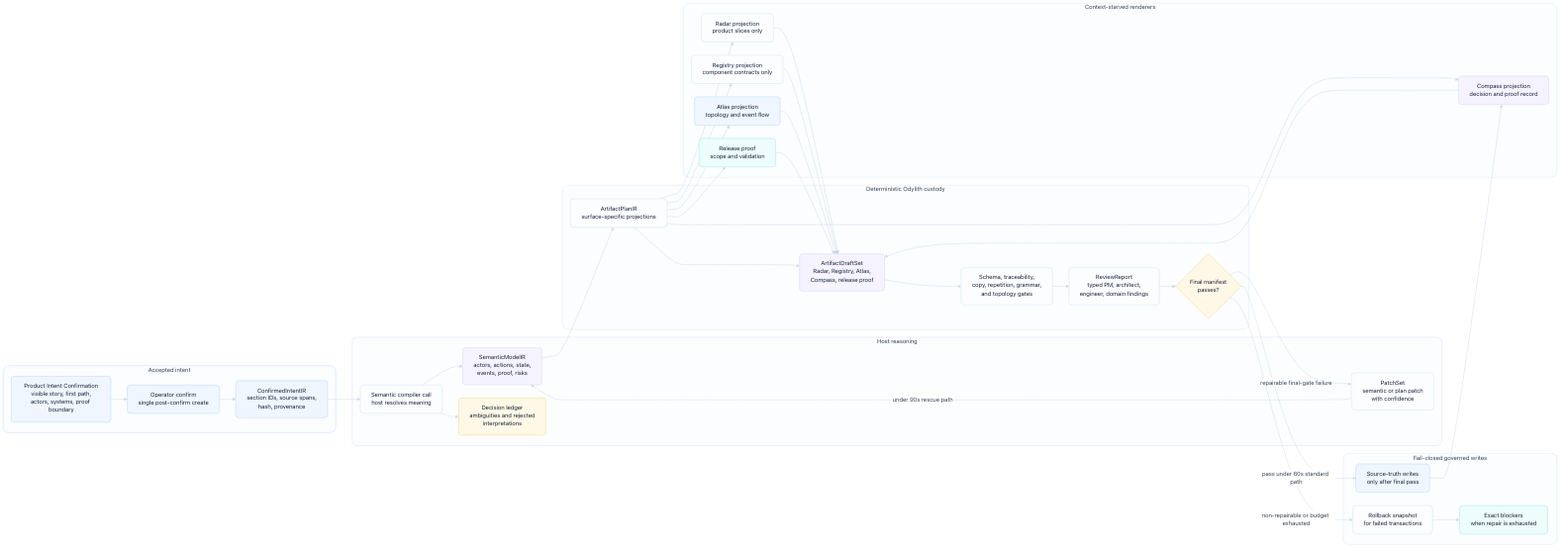
odylith/odylith keeps this Mermaid diagram as odylith/atlas/source/domain-intelligence-greenfield-governance.png. Above is the earlier version. Its source is kept beside it as odylith/atlas/source/domain-intelligence-greenfield-governance.mmd.
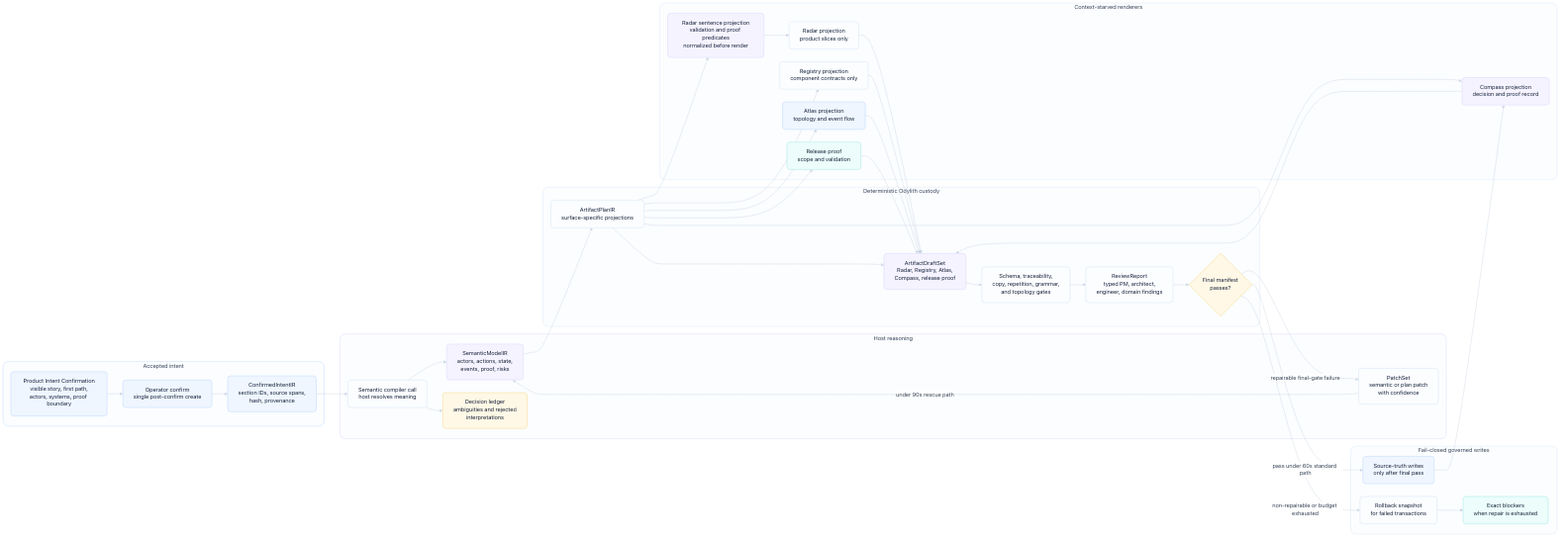
The same file after the commit.

What changed in the source:
```diff
@@ -25,6 +25,7 @@
 
     subgraph projection_lane["Context-starved renderers"]
       direction TB
+      radar_sentence["Radar sentence projection<br/>validation and proof predicates<br/>normalized before render"]
       radar["Radar projection<br/>product slices only"]
       registry["Registry projection<br/>component contracts only"]
       atlas["Atlas projection<br/>topology and event flow"]
@@ -43,7 +44,7 @@
     confirmed_ir --> semantic_compile --> semantic_ir
     semantic_compile --> decision_ledger
     semantic_ir --> plan_ir --> draft_set
-    plan_ir --> radar
+    plan_ir --> radar_sentence --> radar
     plan_ir --> registry
     plan_ir --> atlas
     plan_ir --> compass
@@ -68,7 +69,7 @@
     class visible_intent,confirm,confirmed_ir intent;
     class semantic_compile,semantic_ir,decision_ledger,patchset reasoning;
     class plan_ir,draft_set,validators,review_report,transaction custody;
-    class radar,registry,atlas,compass,release projection;
+    class radar_sentence,radar,registry,atlas,compass,release projection;
     class writes,rollback,blockers write;
 
     style confirmation_lane fill:#FBFDFF,stroke:#BFD7FE,stroke-width:1px,color:#334155
```
